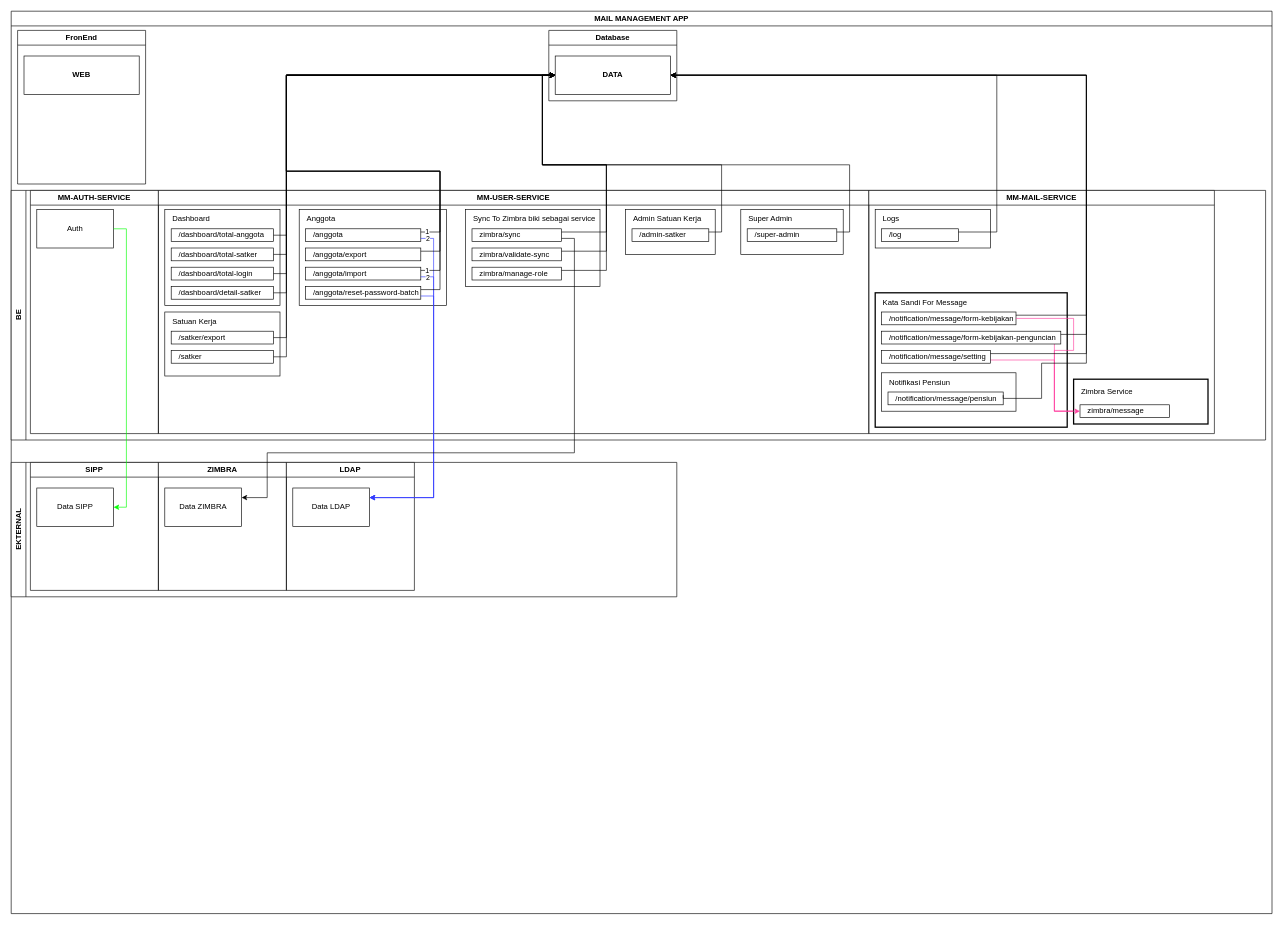
fsdio/draw.io.dev keeps this draw.io diagram as page "fix tech-arsitektur-service" (6 of 7) of admin_polri.drawio. Above is the earlier version. Source tidied: cells renumbered, new cells numbered last; positions are measured from the earlier drawing's top-left corner, leaving out a move shared by most shapes. Both pictures are drawn from the tidied source at 64%, with x=0, y=0 at pixel (11, 11).
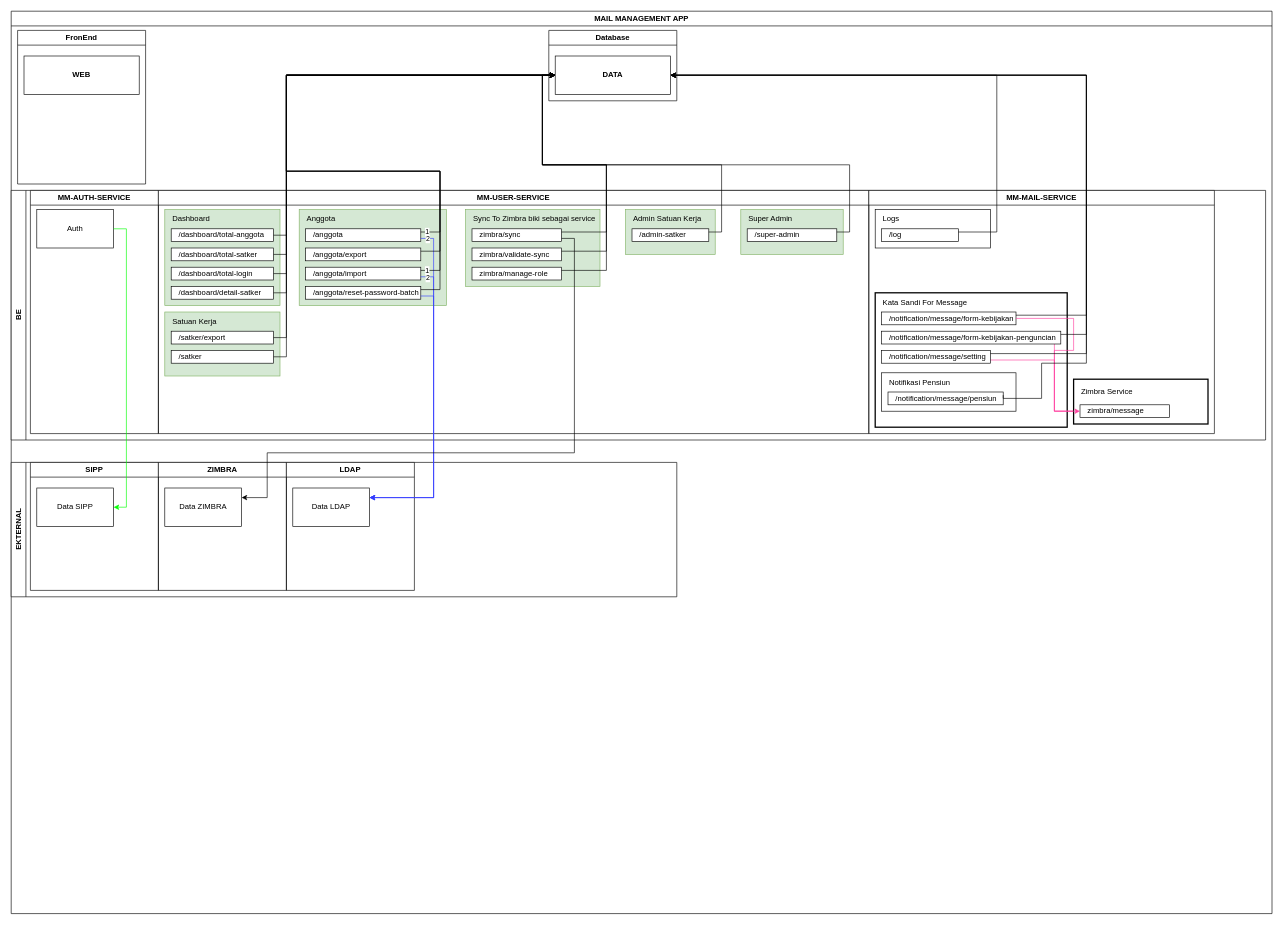
After the change.

The change refers to these unchanged cells:
```xml
<mxCell id="6" value="MM-USER-SERVICE" style="swimlane;whiteSpace=wrap;html=1;" parent="3" vertex="1">
  <mxGeometry x="230" width="1110" height="380" as="geometry" />
</mxCell>
```

Diff of the diagram source:
```diff
@@
-    <mxCell id="7" style="rounded=0;whiteSpace=wrap;html=1;" parent="6" vertex="1">
+    <mxCell id="7" style="rounded=0;whiteSpace=wrap;html=1;fillColor=#d5e8d4;strokeColor=#82b366;" parent="6" vertex="1">
       <mxGeometry x="10" y="30" width="180" height="150" as="geometry" />
     </mxCell>
@@
-    <mxCell id="13" style="rounded=0;whiteSpace=wrap;html=1;" parent="6" vertex="1">
+    <mxCell id="13" style="rounded=0;whiteSpace=wrap;html=1;fillColor=#d5e8d4;strokeColor=#82b366;" parent="6" vertex="1">
       <mxGeometry x="220" y="30" width="230" height="150" as="geometry" />
     </mxCell>
@@
-    <mxCell id="18" style="rounded=0;whiteSpace=wrap;html=1;" parent="6" vertex="1">
+    <mxCell id="18" style="rounded=0;whiteSpace=wrap;html=1;fillColor=#d5e8d4;strokeColor=#82b366;" parent="6" vertex="1">
       <mxGeometry x="10" y="190" width="180" height="100" as="geometry" />
     </mxCell>
@@
-    <mxCell id="22" style="rounded=0;whiteSpace=wrap;html=1;" parent="6" vertex="1">
+    <mxCell id="22" style="rounded=0;whiteSpace=wrap;html=1;fillColor=#d5e8d4;strokeColor=#82b366;" parent="6" vertex="1">
       <mxGeometry x="730" y="30" width="140" height="70" as="geometry" />
     </mxCell>
@@
-    <mxCell id="25" style="rounded=0;whiteSpace=wrap;html=1;" parent="6" vertex="1">
+    <mxCell id="25" style="rounded=0;whiteSpace=wrap;html=1;fillColor=#d5e8d4;strokeColor=#82b366;" parent="6" vertex="1">
       <mxGeometry x="910" y="30" width="160" height="70" as="geometry" />
     </mxCell>
@@
-    <mxCell id="28" style="rounded=0;whiteSpace=wrap;html=1;" parent="6" vertex="1">
+    <mxCell id="28" style="rounded=0;whiteSpace=wrap;html=1;fillColor=#d5e8d4;strokeColor=#82b366;" parent="6" vertex="1">
       <mxGeometry x="480" y="30" width="210" height="120" as="geometry" />
     </mxCell>
```
